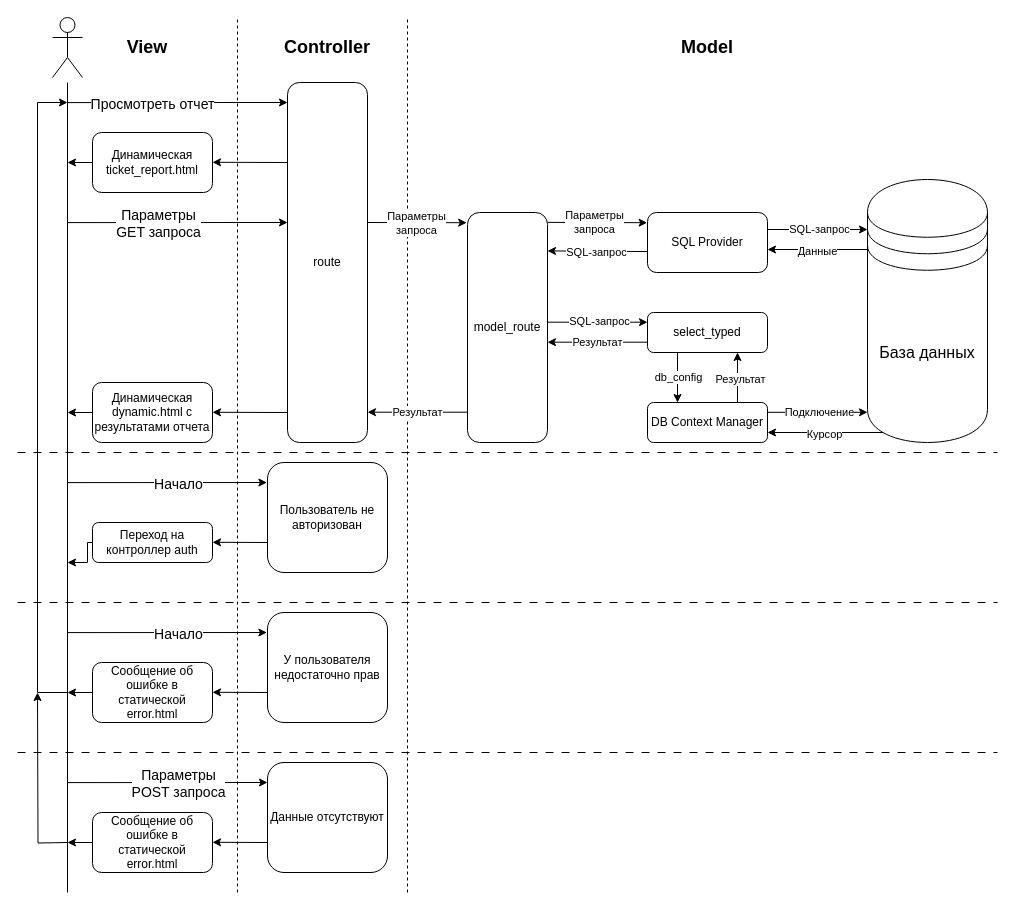
Earlier version of the draw.io diagram docs/diagrams/report_view.drawio (gubnik/bmstu-absolute-cinema). Source tidied: cells renumbered, new cells numbered last; positions are measured from the earlier drawing's top-left corner, leaving out a move shared by most shapes. Both pictures are drawn from the tidied source at 100%, with x=0, y=0 at pixel (17, 17).
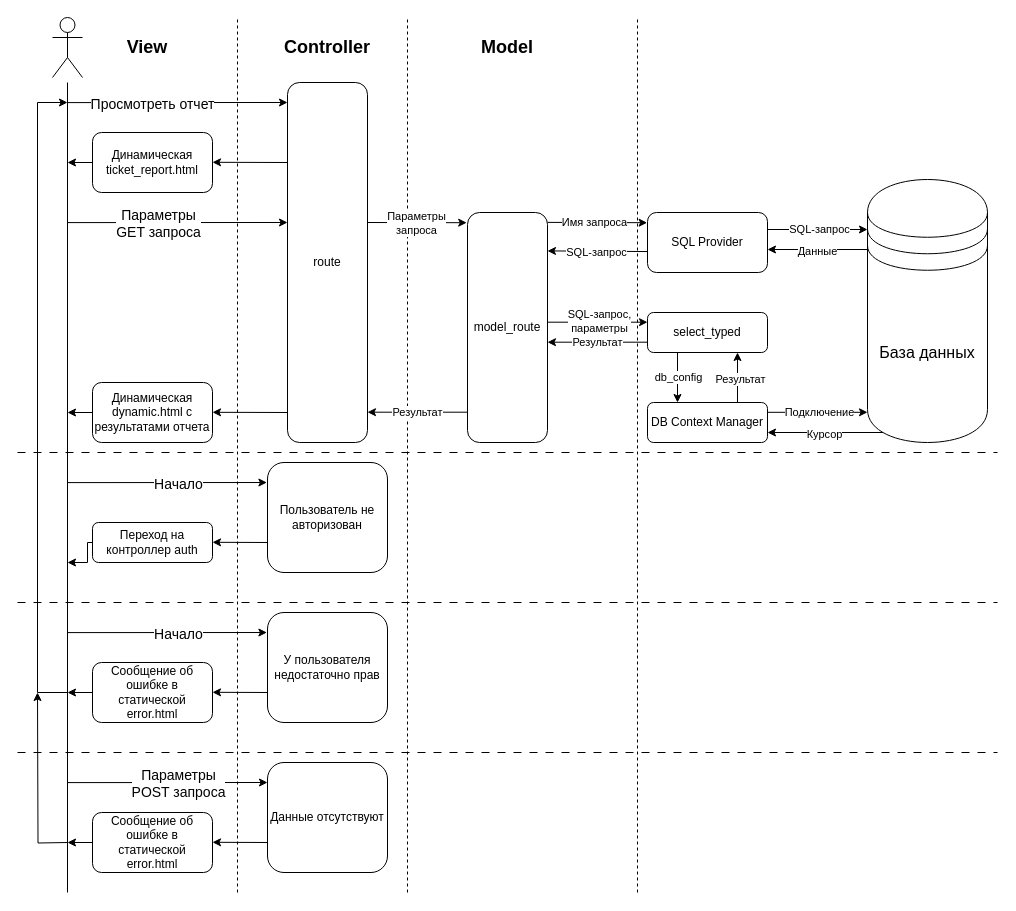
The same diagram, later.

Unchanged cells that the change refers to:
```xml
<mxCell id="16" style="endArrow=classic;html=1;rounded=0;exitX=1.002;exitY=0.043;exitDx=0;exitDy=0;exitPerimeter=0;entryX=-0.003;entryY=0.17;entryDx=0;entryDy=0;entryPerimeter=0;" parent="1" edge="1" source="10" target="15">
  <mxGeometry relative="1" as="geometry" />
</mxCell>
<mxCell id="21" style="endArrow=classic;html=1;rounded=0;exitX=0;exitY=0.75;exitDx=0;exitDy=0;entryX=1;entryY=0.167;entryDx=0;entryDy=0;entryPerimeter=0;" parent="1" edge="1">
  <mxGeometry relative="1" as="geometry">
    <mxPoint x="530" y="304.7" as="sourcePoint" />
    <mxPoint x="630" y="304.7" as="targetPoint" />
  </mxGeometry>
</mxCell>
```

The edit, as a diff of the source:
```diff
@@
+    <mxCell id="72" style="endArrow=none;dashed=1;html=1;rounded=0;" parent="1" edge="1">
+      <mxGeometry relative="1" as="geometry">
+        <mxPoint x="620" y="875" as="sourcePoint" />
+        <mxPoint x="620" as="targetPoint" />
+      </mxGeometry>
+    </mxCell>
@@
     <mxCell id="8" value="Model" style="text;html=1;whiteSpace=wrap;strokeColor=none;fillColor=none;align=center;verticalAlign=middle;rounded=0;fontSize=18;fontStyle=1;" parent="1" vertex="1">
-      <mxGeometry x="660" y="15" width="60" height="30" as="geometry" />
+      <mxGeometry x="460" y="15" width="60" height="30" as="geometry" />
     </mxCell>
@@
-    <mxCell id="17" value="Параметры&lt;div&gt;запроса&lt;/div&gt;" style="edgeLabel;html=1;align=center;verticalAlign=middle;" parent="16" vertex="1">
+    <mxCell id="17" value="Имя запроса" style="edgeLabel;html=1;align=center;verticalAlign=middle;" parent="16" vertex="1">
       <mxGeometry x="-0.37" y="-2" relative="1" as="geometry">
         <mxPoint x="15" y="-2" as="offset" />
       </mxGeometry>
     </mxCell>
@@
-    <mxCell id="22" value="SQL-запрос" style="edgeLabel;html=1;align=center;verticalAlign=middle;" parent="21" vertex="1">
+    <mxCell id="22" value="SQL-запрос,&lt;div&gt;параметры&lt;/div&gt;" style="edgeLabel;html=1;align=center;verticalAlign=middle;" parent="21" vertex="1">
       <mxGeometry x="0.09" y="1" relative="1" as="geometry">
         <mxPoint x="-4" as="offset" />
       </mxGeometry>
     </mxCell>
```
